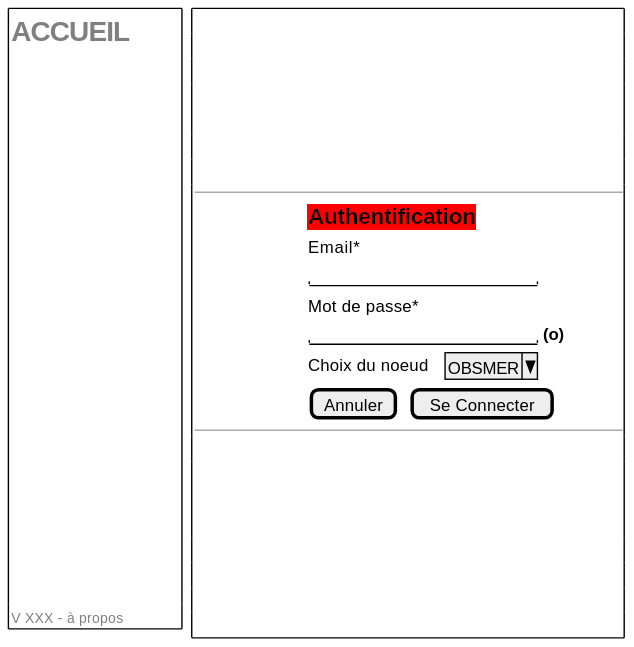
sumaris-net/sumaris-doc keeps this PlantUML diagram as projects/obsmer/spe/images/main-login-connect-out-first.svg. Above is the earlier version.
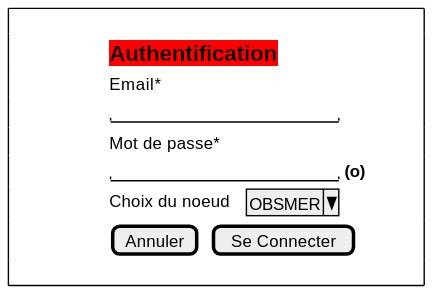
After the commit.

Change to the diagram source:
```diff
@@ -1,64 +1,15 @@
 @startsalt
 {
-  {+
-   {
-       <b><font color=grey size=20>ACCUEIL    | . | . | . | . | . | . | .
-       .
-       .
-       .
-       .
-       .
-       .
-       .
-       .
-       .
-       .
-       .
-       .
-       .
-       .
-       .
-       .
-       .
-       .
-       .
-       .
-       .
-       .
-   }
-
-   {
-      <font color=grey size=10>V XXX - à propos
-   }
-  } | . | {+
+ {+
     .
+    { | . | . | . | . | . | . | . | . | . | . | . | . | . | . |  <back:red><font color=black><size:16><b>Authentification  | . | . | . | . | . | . | . | . |}
+    { | . | . | . | . | . | . | . | . | . | . | . | . | . | . |  Email*  }
+    { | . | . | . | . | . | . | . | . | . | . | . | . | . | . |   "                    "  | . | . | . | . | . | . | . | . |}
+    { | . | . | . | . | . | . | . | . | . | . | . | . | . | . |   Mot de passe*  }
+    { | . | . | . | . | . | . | . | . | . | . | . | . | . | . |   "                    "  | <b>(o) | . | . | . | . | . | . | . | . |}
+    { | . | . | . | . | . | . | . | . | . | . | . | . | . | . |   Choix du noeud | . | . | ^OBSMER^| . | . | . | . | . | . | . | . |}
+    { | . | . | . | . | . | . | . | . | . | . | . | . | . | . |   [Annuler]  | .| [Se Connecter] | . | . | . | . | . | . | . | . |}
     .
-    .
-    .
-    .
-    .
-    .
-    { ---------------
-        { | . | . | . | . | . | . | . | . | . | . | . | . | . | . | . | . |  <back:red><font color=black><size:16><b>Authentification  | . | . | . | . | . | . | . | . |}
-    { | . | . | . | . | . | . | . | . | . | . | . | . | . | . | . | . |  Email*  }
-    { | . | . | . | . | . | . | . | . | . | . | . | . | . | . | . | . |  "                    "  | . | . | . | . | . | . | . | . |}
-    { | . | . | . | . | . | . | . | . | . | . | . | . | . | . | . | . |  Mot de passe*  }
-    { | . | . | . | . | . | . | . | . | . | . | . | . | . | . | . | . |  "                    "  | <b>(o) | . | . | . | . | . | . | . | . |}
-    { | . | . | . | . | . | . | . | . | . | . | . | . | . | . | . | . |  Choix du noeud | . | . | ^OBSMER^| . | . | . | . | . | . | . | . |}
-    { | . | . | . | . | . | . | . | . | . | . | . | . | . | . | . | . |   [Annuler]  | .| [Se Connecter] | . | . | . | . | . | . | . | . |}
-    ---------------
-    }
-    .
-    .
-    .
-    .
-    .
-    .
-    .
-    .
-    }
  }
-  -- | -- | --
-
 }
 @endsalt
```
